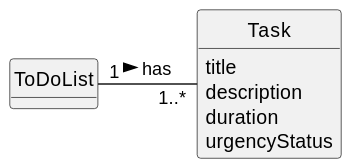
Earlier version of the PlantUML export docs/sprintC/us021/02.analysis/svg/us021-domain-model.svg (ricardomm7/leaflink).
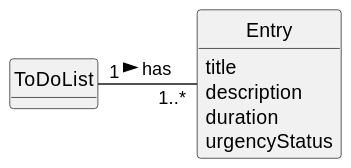
The same file after the commit.

Change to the diagram source:
```diff
@@ -10,7 +10,7 @@
 hide methods
 
 
-class Task {
+class Entry {
     title
     description
     duration
@@ -22,5 +22,5 @@
 
 }
 
-ToDoList "1" -"1..*" Task: has >
+ToDoList "1" -"1..*" Entry: has >
 @enduml
```
